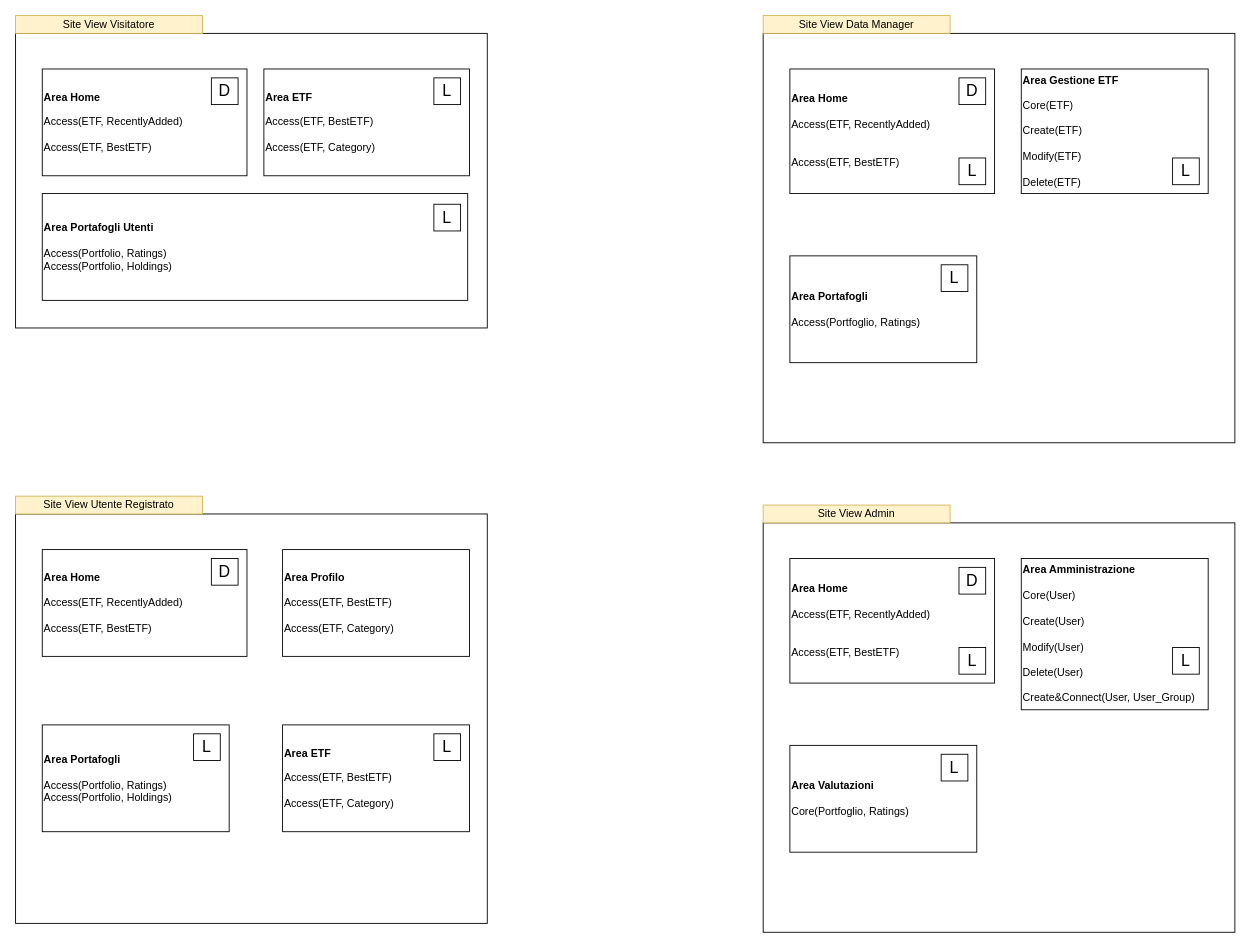
mattiapitossi/sebd keeps this draw.io diagram as page "Coarse" (3 of 3) of user_use_case.drawio. Above is the earlier version. Source tidied: cells renumbered, new cells numbered last; positions are measured from the earlier drawing's top-left corner, leaving out a move shared by most shapes. Both pictures are drawn from the tidied source at 89%, with x=0, y=0 at pixel (15, 15).
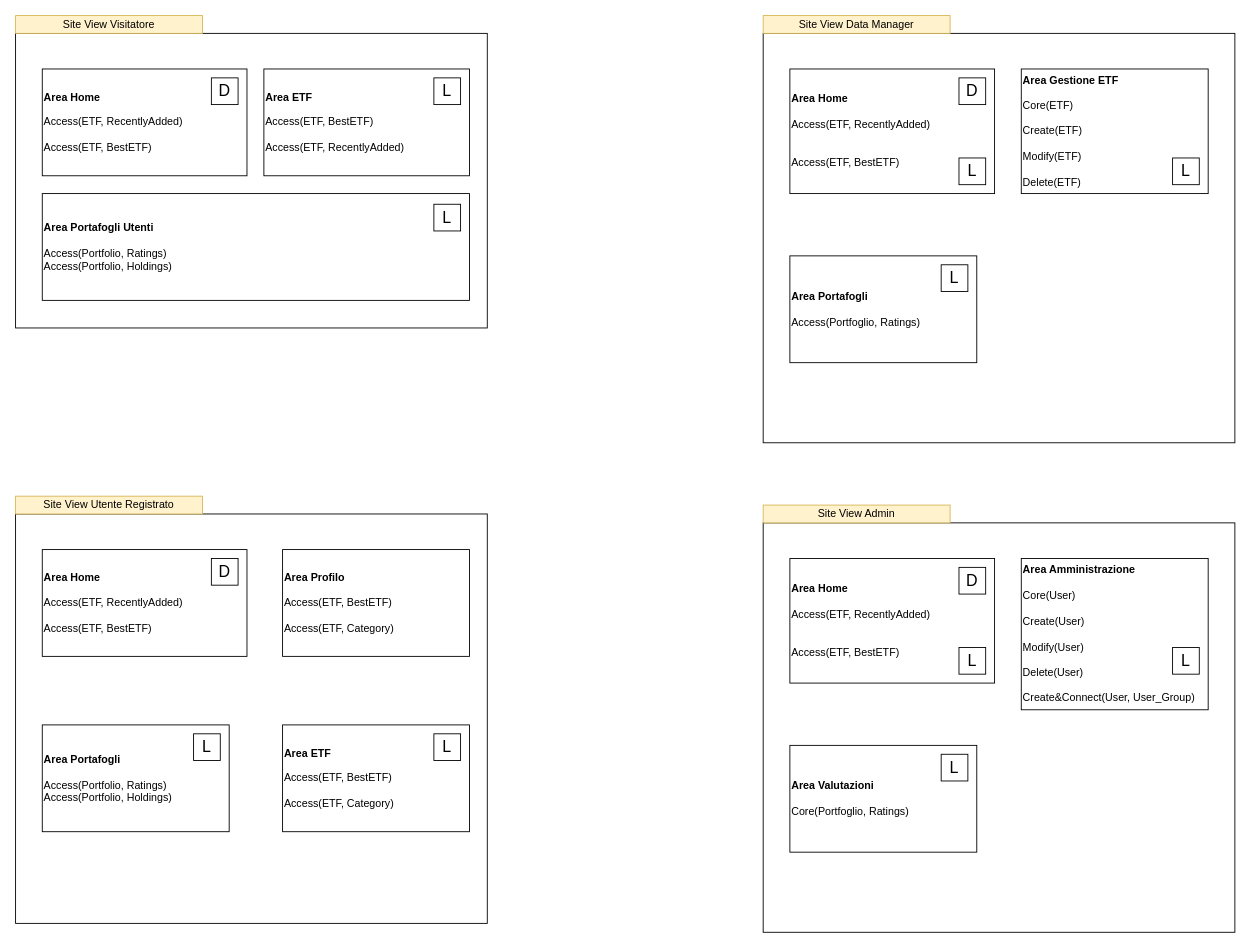
After the change.

What changed in the source:
```diff
@@
-    <mxCell id="5" value="&lt;b&gt;Area ETF&lt;br&gt;&lt;/b&gt;&lt;br&gt;Access(ETF, BestETF)&lt;br&gt;&lt;br&gt;Access(ETF, Category)" style="rounded=0;whiteSpace=wrap;html=1;align=left;" parent="1" vertex="1">
+    <mxCell id="5" value="&lt;b&gt;Area ETF&lt;br&gt;&lt;/b&gt;&lt;br&gt;Access(ETF, BestETF)&lt;br&gt;&lt;br&gt;Access(ETF, RecentlyAdded)" style="rounded=0;whiteSpace=wrap;html=1;align=left;" parent="1" vertex="1">
       <mxGeometry x="279" y="60" width="231" height="120" as="geometry" />
     </mxCell>
     <mxCell id="6" value="&lt;b&gt;Area Portafogli Utenti&lt;br&gt;&lt;/b&gt;&lt;br&gt;Access(Portfolio, Ratings)&lt;br&gt;Access(Portfolio, Holdings)" style="rounded=0;whiteSpace=wrap;html=1;align=left;" parent="1" vertex="1">
-      <mxGeometry x="30" y="200" width="478" height="120" as="geometry" />
+      <mxGeometry x="30" y="200" width="480" height="120" as="geometry" />
     </mxCell>
```
